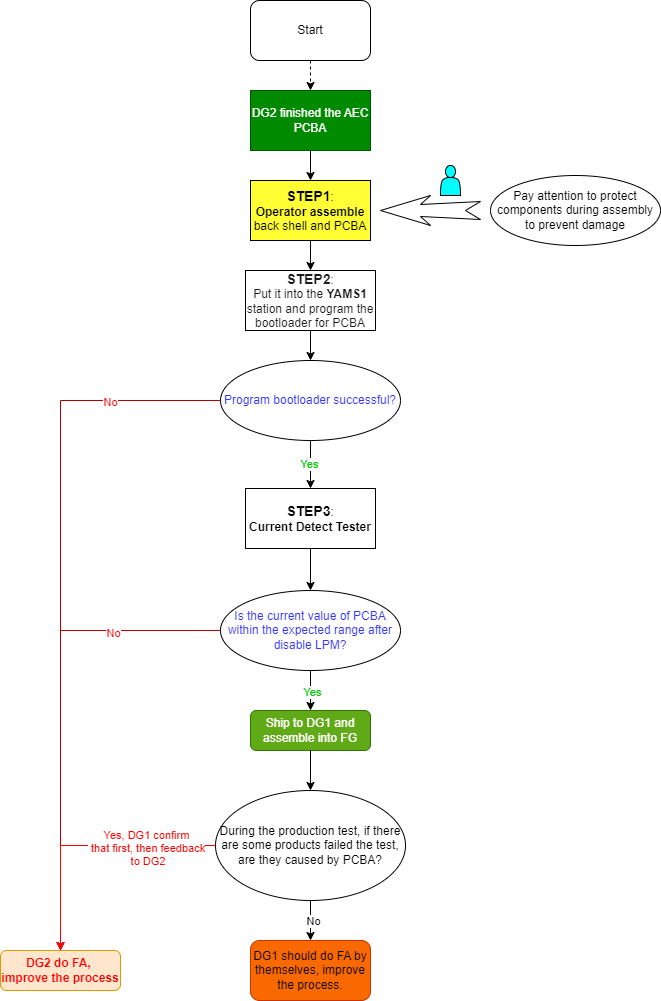
HansLua/test_2 keeps this draw.io diagram as tcp_review/AEC_pre-test_flow.png. Above is the earlier version. Source tidied: cells renumbered, new cells last; positions are measured from the earlier drawing's top-left corner, leaving out a move shared by most shapes.
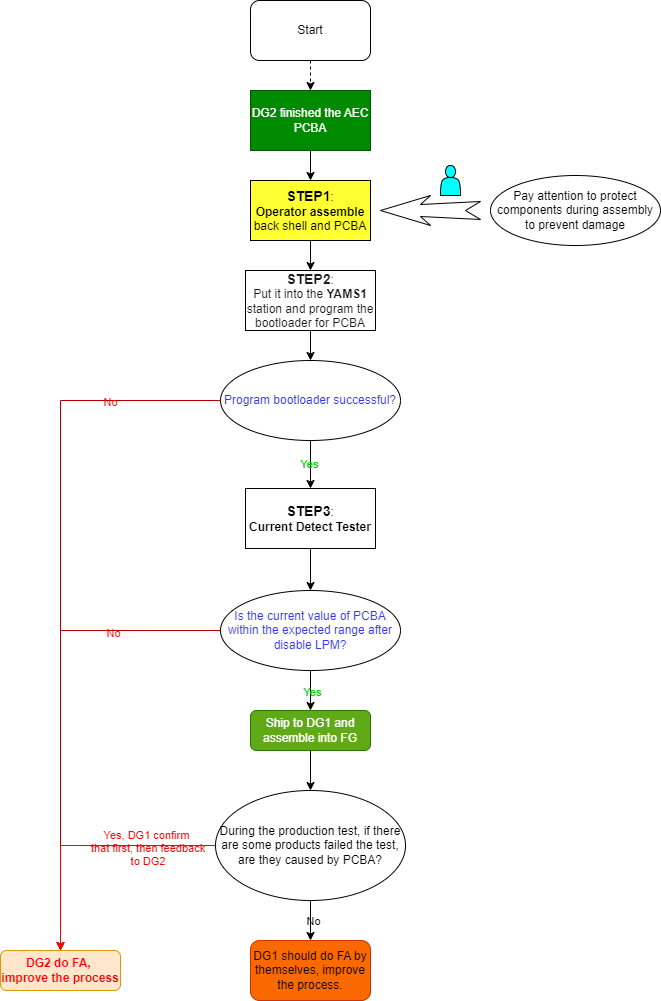
After the commit.

Diff of the diagram source:
```diff
@@ -2,112 +2,112 @@
   <root>
     <mxCell id="0" />
     <mxCell id="1" parent="0" />
-    <mxCell id="2" value="Start" style="rounded=1;whiteSpace=wrap;html=1;" parent="1" vertex="1">
+    <mxCell id="2" value="Start" style="rounded=1;whiteSpace=wrap;html=1;labelBackgroundColor=none;" parent="1" vertex="1">
       <mxGeometry x="250" width="120" height="60" as="geometry" />
     </mxCell>
-    <mxCell id="3" value="DG2 finished the AEC PCBA" style="rounded=0;whiteSpace=wrap;html=1;fillColor=#008a00;fontColor=#ffffff;strokeColor=#005700;" parent="1" vertex="1">
+    <mxCell id="3" value="DG2 finished the AEC PCBA" style="rounded=0;whiteSpace=wrap;html=1;fillColor=#008a00;fontColor=#ffffff;strokeColor=#005700;labelBackgroundColor=none;" parent="1" vertex="1">
       <mxGeometry x="250" y="90" width="120" height="60" as="geometry" />
     </mxCell>
-    <mxCell id="4" value="&lt;font color=&quot;#1a1a1a&quot;&gt;&lt;b&gt;&lt;font style=&quot;font-size: 14px;&quot;&gt;STEP2&lt;/font&gt;&lt;/b&gt;:&lt;br&gt;Put it into the &lt;b&gt;YAMS1&lt;/b&gt; station and program the bootloader for PCBA&lt;/font&gt;" style="rounded=0;whiteSpace=wrap;html=1;" parent="1" vertex="1">
+    <mxCell id="4" value="&lt;font color=&quot;#1a1a1a&quot;&gt;&lt;b&gt;&lt;font style=&quot;font-size: 14px;&quot;&gt;STEP2&lt;/font&gt;&lt;/b&gt;:&lt;br&gt;Put it into the &lt;b&gt;YAMS1&lt;/b&gt; station and program the bootloader for PCBA&lt;/font&gt;" style="rounded=0;whiteSpace=wrap;html=1;labelBackgroundColor=none;" parent="1" vertex="1">
       <mxGeometry x="245" y="270" width="130" height="60" as="geometry" />
     </mxCell>
-    <mxCell id="5" value="&lt;b&gt;&lt;font style=&quot;font-size: 14px;&quot;&gt;STEP1&lt;/font&gt;&lt;/b&gt;:&lt;br&gt;&lt;b&gt;Operator assemble&lt;/b&gt; back shell and PCBA" style="rounded=0;whiteSpace=wrap;html=1;fillColor=#FFFF33;" parent="1" vertex="1">
+    <mxCell id="5" value="&lt;b&gt;&lt;font style=&quot;font-size: 14px;&quot;&gt;STEP1&lt;/font&gt;&lt;/b&gt;:&lt;br&gt;&lt;b&gt;Operator assemble&lt;/b&gt; back shell and PCBA" style="rounded=0;whiteSpace=wrap;html=1;fillColor=#FFFF33;labelBackgroundColor=none;" parent="1" vertex="1">
       <mxGeometry x="250" y="180" width="120" height="60" as="geometry" />
     </mxCell>
-    <mxCell id="6" value="Pay attention to protect components during assembly to prevent damage" style="ellipse;whiteSpace=wrap;html=1;" parent="1" vertex="1">
+    <mxCell id="6" value="Pay attention to protect components during assembly to prevent damage" style="ellipse;whiteSpace=wrap;html=1;labelBackgroundColor=none;" parent="1" vertex="1">
       <mxGeometry x="490" y="175" width="170" height="70" as="geometry" />
     </mxCell>
-    <mxCell id="7" style="html=1;shadow=0;dashed=0;align=center;verticalAlign=middle;shape=mxgraph.arrows2.stylisedArrow;dy=0.6;dx=40;notch=15;feather=0.4;direction=west;" parent="1" vertex="1">
+    <mxCell id="7" style="html=1;shadow=0;dashed=0;align=center;verticalAlign=middle;shape=mxgraph.arrows2.stylisedArrow;dy=0.6;dx=40;notch=15;feather=0.4;direction=west;labelBackgroundColor=none;" parent="1" vertex="1">
       <mxGeometry x="380" y="195" width="100" height="30" as="geometry" />
     </mxCell>
-    <mxCell id="8" value="&lt;font color=&quot;#3333ff&quot;&gt;Program bootloader successful?&lt;/font&gt;" style="ellipse;whiteSpace=wrap;html=1;" parent="1" vertex="1">
+    <mxCell id="8" value="&lt;font color=&quot;#3333ff&quot;&gt;Program bootloader successful?&lt;/font&gt;" style="ellipse;whiteSpace=wrap;html=1;labelBackgroundColor=none;" parent="1" vertex="1">
       <mxGeometry x="220" y="360" width="180" height="80" as="geometry" />
     </mxCell>
-    <mxCell id="9" value="&lt;b&gt;&lt;font style=&quot;font-size: 14px;&quot;&gt;STEP3&lt;/font&gt;&lt;/b&gt;:&lt;br&gt;&lt;b&gt;Current Detect Tester&lt;/b&gt;" style="rounded=0;whiteSpace=wrap;html=1;" parent="1" vertex="1">
+    <mxCell id="9" value="&lt;b&gt;&lt;font style=&quot;font-size: 14px;&quot;&gt;STEP3&lt;/font&gt;&lt;/b&gt;:&lt;br&gt;&lt;b&gt;Current Detect Tester&lt;/b&gt;" style="rounded=0;whiteSpace=wrap;html=1;labelBackgroundColor=none;" parent="1" vertex="1">
       <mxGeometry x="245" y="488" width="130" height="60" as="geometry" />
     </mxCell>
-    <mxCell id="10" value="&lt;font color=&quot;#ff0000&quot;&gt;&lt;b&gt;DG2 do FA,&amp;nbsp; improve the process&lt;/b&gt;&lt;/font&gt;" style="rounded=1;whiteSpace=wrap;html=1;fillColor=#ffe6cc;strokeColor=#d79b00;" parent="1" vertex="1">
+    <mxCell id="10" value="&lt;font color=&quot;#ff0000&quot;&gt;&lt;b&gt;DG2 do FA,&amp;nbsp; improve the process&lt;/b&gt;&lt;/font&gt;" style="rounded=1;whiteSpace=wrap;html=1;fillColor=#ffe6cc;strokeColor=#d79b00;labelBackgroundColor=none;" parent="1" vertex="1">
       <mxGeometry y="950" width="120" height="40" as="geometry" />
     </mxCell>
-    <mxCell id="11" style="endArrow=classic;html=1;rounded=0;entryX=0.5;entryY=0;entryDx=0;entryDy=0;dashed=1;exitX=0.5;exitY=1;exitDx=0;exitDy=0;" parent="1" edge="1" source="2" target="3">
+    <mxCell id="11" style="endArrow=classic;html=1;rounded=0;entryX=0.5;entryY=0;entryDx=0;entryDy=0;dashed=1;exitX=0.5;exitY=1;exitDx=0;exitDy=0;labelBackgroundColor=none;" parent="1" edge="1" source="2" target="3">
       <mxGeometry relative="1" as="geometry" />
     </mxCell>
-    <mxCell id="12" style="endArrow=classic;html=1;rounded=0;entryX=0.5;entryY=0;entryDx=0;entryDy=0;exitX=0.5;exitY=1;exitDx=0;exitDy=0;" parent="1" edge="1" source="3" target="5">
+    <mxCell id="12" style="endArrow=classic;html=1;rounded=0;entryX=0.5;entryY=0;entryDx=0;entryDy=0;exitX=0.5;exitY=1;exitDx=0;exitDy=0;labelBackgroundColor=none;" parent="1" edge="1" source="3" target="5">
       <mxGeometry relative="1" as="geometry" />
     </mxCell>
-    <mxCell id="13" style="endArrow=classic;html=1;rounded=0;entryX=0.5;entryY=0;entryDx=0;entryDy=0;exitX=0.5;exitY=1;exitDx=0;exitDy=0;" parent="1" edge="1" source="5" target="4">
+    <mxCell id="13" style="endArrow=classic;html=1;rounded=0;entryX=0.5;entryY=0;entryDx=0;entryDy=0;exitX=0.5;exitY=1;exitDx=0;exitDy=0;labelBackgroundColor=none;" parent="1" edge="1" source="5" target="4">
       <mxGeometry relative="1" as="geometry" />
     </mxCell>
-    <mxCell id="14" style="endArrow=classic;html=1;rounded=0;entryX=0.5;entryY=0;entryDx=0;entryDy=0;exitX=0.5;exitY=1;exitDx=0;exitDy=0;" parent="1" edge="1" source="8" target="9">
+    <mxCell id="14" style="endArrow=classic;html=1;rounded=0;entryX=0.5;entryY=0;entryDx=0;entryDy=0;exitX=0.5;exitY=1;exitDx=0;exitDy=0;labelBackgroundColor=none;" parent="1" edge="1" source="8" target="9">
       <mxGeometry relative="1" as="geometry" />
     </mxCell>
-    <mxCell id="15" value="Yes" style="edgeLabel;html=1;align=center;verticalAlign=middle;fontColor=#00CC00;" parent="14" vertex="1">
+    <mxCell id="15" value="Yes" style="edgeLabel;html=1;align=center;verticalAlign=middle;fontColor=#00CC00;labelBackgroundColor=none;" parent="14" vertex="1">
       <mxGeometry x="-0.04" y="-2" relative="1" as="geometry" />
     </mxCell>
-    <mxCell id="16" style="shape=actor;whiteSpace=wrap;html=1;fillColor=#00FFFF;" parent="1" vertex="1">
+    <mxCell id="16" style="shape=actor;whiteSpace=wrap;html=1;fillColor=#00FFFF;labelBackgroundColor=none;" parent="1" vertex="1">
       <mxGeometry x="440" y="165" width="20" height="30" as="geometry" />
     </mxCell>
-    <mxCell id="17" value="&lt;font color=&quot;#3333ff&quot;&gt;Is the current value of PCBA within the expected range after disable LPM?&lt;/font&gt;" style="ellipse;whiteSpace=wrap;html=1;" parent="1" vertex="1">
+    <mxCell id="17" value="&lt;font color=&quot;#3333ff&quot;&gt;Is the current value of PCBA within the expected range after disable LPM?&lt;/font&gt;" style="ellipse;whiteSpace=wrap;html=1;labelBackgroundColor=none;" parent="1" vertex="1">
       <mxGeometry x="220" y="590" width="180" height="80" as="geometry" />
     </mxCell>
-    <mxCell id="18" style="endArrow=classic;html=1;rounded=0;entryX=0.5;entryY=0;entryDx=0;entryDy=0;exitX=0.5;exitY=1;exitDx=0;exitDy=0;" parent="1" edge="1" source="9" target="17">
+    <mxCell id="18" style="endArrow=classic;html=1;rounded=0;entryX=0.5;entryY=0;entryDx=0;entryDy=0;exitX=0.5;exitY=1;exitDx=0;exitDy=0;labelBackgroundColor=none;" parent="1" edge="1" source="9" target="17">
       <mxGeometry relative="1" as="geometry" />
     </mxCell>
-    <mxCell id="19" value="Ship to DG1 and assemble into FG" style="rounded=1;whiteSpace=wrap;html=1;fillColor=#60a917;fontColor=#ffffff;strokeColor=#2D7600;" parent="1" vertex="1">
+    <mxCell id="19" value="Ship to DG1 and assemble into FG" style="rounded=1;whiteSpace=wrap;html=1;fillColor=#60a917;fontColor=#ffffff;strokeColor=#2D7600;labelBackgroundColor=none;" parent="1" vertex="1">
       <mxGeometry x="250" y="710" width="120" height="40" as="geometry" />
     </mxCell>
-    <mxCell id="20" style="endArrow=classic;html=1;rounded=0;entryX=0.5;entryY=0;entryDx=0;entryDy=0;exitX=0.5;exitY=1;exitDx=0;exitDy=0;" parent="1" edge="1" source="17" target="19">
+    <mxCell id="20" style="endArrow=classic;html=1;rounded=0;entryX=0.5;entryY=0;entryDx=0;entryDy=0;exitX=0.5;exitY=1;exitDx=0;exitDy=0;labelBackgroundColor=none;" parent="1" edge="1" source="17" target="19">
       <mxGeometry relative="1" as="geometry" />
     </mxCell>
-    <mxCell id="21" value="Yes" style="edgeLabel;html=1;align=center;verticalAlign=middle;fontColor=#00CC00;" parent="20" vertex="1">
+    <mxCell id="21" value="Yes" style="edgeLabel;html=1;align=center;verticalAlign=middle;fontColor=#00CC00;labelBackgroundColor=none;" parent="20" vertex="1">
       <mxGeometry x="0.05" y="1" relative="1" as="geometry" />
     </mxCell>
-    <mxCell id="22" style="endArrow=classic;html=1;rounded=0;entryX=0.5;entryY=0;entryDx=0;entryDy=0;exitX=0;exitY=0.5;exitDx=0;exitDy=0;fillColor=#e51400;strokeColor=#B20000;" parent="1" edge="1" source="8" target="10">
+    <mxCell id="22" style="endArrow=classic;html=1;rounded=0;entryX=0.5;entryY=0;entryDx=0;entryDy=0;exitX=0;exitY=0.5;exitDx=0;exitDy=0;fillColor=#e51400;strokeColor=#B20000;labelBackgroundColor=none;" parent="1" edge="1" source="8" target="10">
       <mxGeometry relative="1" as="geometry">
         <Array as="points">
           <mxPoint x="60" y="400" />
         </Array>
       </mxGeometry>
     </mxCell>
-    <mxCell id="23" value="&lt;font color=&quot;#ff0000&quot;&gt;No&lt;/font&gt;" style="edgeLabel;html=1;align=center;verticalAlign=middle;" parent="22" vertex="1">
+    <mxCell id="23" value="&lt;font color=&quot;#ff0000&quot;&gt;No&lt;/font&gt;" style="edgeLabel;html=1;align=center;verticalAlign=middle;labelBackgroundColor=none;" parent="22" vertex="1">
       <mxGeometry x="-0.69" y="1" relative="1" as="geometry" />
     </mxCell>
-    <mxCell id="24" style="endArrow=classic;html=1;rounded=0;entryX=0.5;entryY=0;entryDx=0;entryDy=0;exitX=0;exitY=0.5;exitDx=0;exitDy=0;fillColor=#e51400;strokeColor=#B20000;" parent="1" edge="1" source="17" target="10">
+    <mxCell id="24" style="endArrow=classic;html=1;rounded=0;entryX=0.5;entryY=0;entryDx=0;entryDy=0;exitX=0;exitY=0.5;exitDx=0;exitDy=0;fillColor=#e51400;strokeColor=#B20000;labelBackgroundColor=none;" parent="1" edge="1" source="17" target="10">
       <mxGeometry relative="1" as="geometry">
         <Array as="points">
           <mxPoint x="60" y="630" />
         </Array>
       </mxGeometry>
     </mxCell>
-    <mxCell id="25" value="&lt;font color=&quot;#ff0000&quot;&gt;No&lt;/font&gt;" style="edgeLabel;html=1;align=center;verticalAlign=middle;" parent="24" vertex="1">
+    <mxCell id="25" value="&lt;font color=&quot;#ff0000&quot;&gt;No&lt;/font&gt;" style="edgeLabel;html=1;align=center;verticalAlign=middle;labelBackgroundColor=none;" parent="24" vertex="1">
       <mxGeometry x="-0.55" y="2" relative="1" as="geometry" />
     </mxCell>
-    <mxCell id="26" style="endArrow=classic;html=1;rounded=0;entryX=0.5;entryY=0;entryDx=0;entryDy=0;exitX=0.5;exitY=1;exitDx=0;exitDy=0;" parent="1" edge="1" source="4" target="8">
+    <mxCell id="26" style="endArrow=classic;html=1;rounded=0;entryX=0.5;entryY=0;entryDx=0;entryDy=0;exitX=0.5;exitY=1;exitDx=0;exitDy=0;labelBackgroundColor=none;" parent="1" edge="1" source="4" target="8">
       <mxGeometry relative="1" as="geometry" />
     </mxCell>
-    <mxCell id="27" value="During the production test, if there are some products failed the test, are they caused by PCBA?" style="ellipse;whiteSpace=wrap;html=1;" parent="1" vertex="1">
+    <mxCell id="27" value="During the production test, if there are some products failed the test, are they caused by PCBA?" style="ellipse;whiteSpace=wrap;html=1;labelBackgroundColor=none;" parent="1" vertex="1">
       <mxGeometry x="215" y="790" width="190" height="110" as="geometry" />
     </mxCell>
-    <mxCell id="28" style="endArrow=classic;html=1;rounded=0;entryX=0.5;entryY=0;entryDx=0;entryDy=0;exitX=0.5;exitY=1;exitDx=0;exitDy=0;" parent="1" edge="1" source="19" target="27">
+    <mxCell id="28" style="endArrow=classic;html=1;rounded=0;entryX=0.5;entryY=0;entryDx=0;entryDy=0;exitX=0.5;exitY=1;exitDx=0;exitDy=0;labelBackgroundColor=none;" parent="1" edge="1" source="19" target="27">
       <mxGeometry relative="1" as="geometry" />
     </mxCell>
-    <mxCell id="29" value="DG1 should do FA by themselves, improve the process." style="rounded=1;whiteSpace=wrap;html=1;fillColor=#fa6800;fontColor=#000000;strokeColor=#C73500;" parent="1" vertex="1">
+    <mxCell id="29" value="DG1 should do FA by themselves, improve the process." style="rounded=1;whiteSpace=wrap;html=1;fillColor=#fa6800;fontColor=#000000;strokeColor=#C73500;labelBackgroundColor=none;" parent="1" vertex="1">
       <mxGeometry x="250" y="940" width="120" height="60" as="geometry" />
     </mxCell>
-    <mxCell id="30" style="endArrow=classic;html=1;rounded=0;entryX=0.5;entryY=0;entryDx=0;entryDy=0;exitX=0.5;exitY=1;exitDx=0;exitDy=0;" parent="1" edge="1" source="27" target="29">
+    <mxCell id="30" style="endArrow=classic;html=1;rounded=0;entryX=0.5;entryY=0;entryDx=0;entryDy=0;exitX=0.5;exitY=1;exitDx=0;exitDy=0;labelBackgroundColor=none;" parent="1" edge="1" source="27" target="29">
       <mxGeometry relative="1" as="geometry" />
     </mxCell>
-    <mxCell id="31" value="No" style="edgeLabel;html=1;align=center;verticalAlign=middle;" parent="30" vertex="1">
+    <mxCell id="31" value="No" style="edgeLabel;html=1;align=center;verticalAlign=middle;labelBackgroundColor=none;" parent="30" vertex="1">
       <mxGeometry y="2" relative="1" as="geometry" />
     </mxCell>
-    <mxCell id="32" style="endArrow=classic;html=1;rounded=0;entryX=0.5;entryY=0;entryDx=0;entryDy=0;exitX=0;exitY=0.5;exitDx=0;exitDy=0;strokeColor=#FF0000;" parent="1" edge="1" source="27" target="10">
+    <mxCell id="32" style="endArrow=classic;html=1;rounded=0;entryX=0.5;entryY=0;entryDx=0;entryDy=0;exitX=0;exitY=0.5;exitDx=0;exitDy=0;strokeColor=#FF0000;labelBackgroundColor=none;" parent="1" edge="1" source="27" target="10">
       <mxGeometry relative="1" as="geometry">
         <Array as="points">
           <mxPoint x="60" y="845" />
         </Array>
       </mxGeometry>
     </mxCell>
-    <mxCell id="33" value="&lt;font color=&quot;#ff0000&quot;&gt;Yes, DG1 confirm&lt;br&gt;&amp;nbsp;that first, then feedback&lt;br&gt;&amp;nbsp;to DG2&lt;/font&gt;" style="edgeLabel;html=1;align=center;verticalAlign=middle;" parent="32" vertex="1">
+    <mxCell id="33" value="&lt;font color=&quot;#ff0000&quot;&gt;Yes, DG1 confirm&lt;br&gt;&amp;nbsp;that first, then feedback&lt;br&gt;&amp;nbsp;to DG2&lt;/font&gt;" style="edgeLabel;html=1;align=center;verticalAlign=middle;labelBackgroundColor=none;" parent="32" vertex="1">
       <mxGeometry x="-0.46" y="2" relative="1" as="geometry" />
     </mxCell>
   </root>
```
